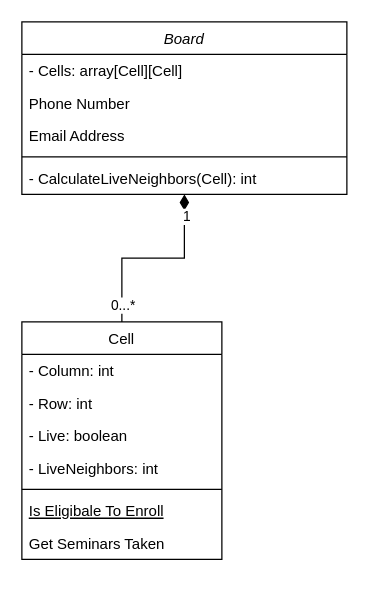
Before: Wk1/MilestoneProjectUML.drawio in DanielCender/GCU-CST-227, a draw.io diagram. Source tidied: cells renumbered, new cells numbered last; positions are measured from the earlier drawing's top-left corner, leaving out a move shared by most shapes. Both pictures are drawn from the tidied source at 125%, with x=0, y=0 at pixel (21, 21).
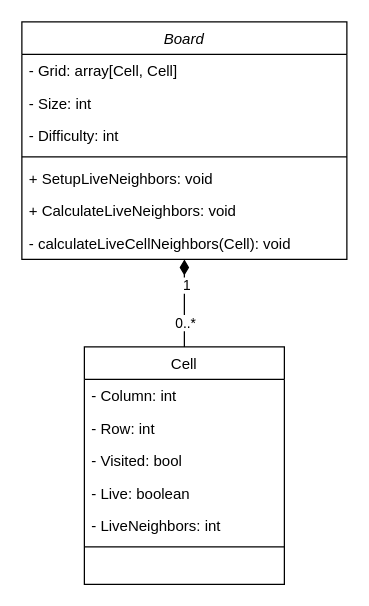
Above is the later version.

Commit message (it also covers changes not shown here):
:fire: submitted milestone 1 work

Diff of the diagram source:
```diff
@@
     <mxCell id="2" value="Board" style="swimlane;fontStyle=2;align=center;verticalAlign=top;horizontal=1;startSize=26;rounded=0;shadow=0;strokeWidth=1;" parent="1" vertex="1">
-      <mxGeometry width="260" height="138" as="geometry" />
+      <mxGeometry width="260" height="190" as="geometry" />
     </mxCell>
-    <mxCell id="3" value="- Cells: array[Cell][Cell] " style="text;align=left;verticalAlign=top;spacingLeft=4;spacingRight=4;overflow=hidden;" parent="2" vertex="1">
+    <mxCell id="3" value="- Grid: array[Cell, Cell] " style="text;align=left;verticalAlign=top;spacingLeft=4;spacingRight=4;overflow=hidden;" parent="2" vertex="1">
       <mxGeometry y="26" width="260" height="26" as="geometry" />
     </mxCell>
-    <mxCell id="4" value="Phone Number" style="text;align=left;verticalAlign=top;spacingLeft=4;spacingRight=4;overflow=hidden;rounded=0;shadow=0;html=0;" parent="2" vertex="1">
+    <mxCell id="4" value="- Size: int" style="text;align=left;verticalAlign=top;spacingLeft=4;spacingRight=4;overflow=hidden;rounded=0;shadow=0;html=0;" parent="2" vertex="1">
       <mxGeometry y="52" width="260" height="26" as="geometry" />
     </mxCell>
-    <mxCell id="5" value="Email Address" style="text;align=left;verticalAlign=top;spacingLeft=4;spacingRight=4;overflow=hidden;rounded=0;shadow=0;html=0;" parent="2" vertex="1">
+    <mxCell id="5" value="- Difficulty: int" style="text;align=left;verticalAlign=top;spacingLeft=4;spacingRight=4;overflow=hidden;rounded=0;shadow=0;html=0;" parent="2" vertex="1">
       <mxGeometry y="78" width="260" height="26" as="geometry" />
     </mxCell>
@@
-    <mxCell id="7" value="- CalculateLiveNeighbors(Cell): int" style="text;align=left;verticalAlign=top;spacingLeft=4;spacingRight=4;overflow=hidden;" parent="2" vertex="1">
+    <mxCell id="7" value="+ SetupLiveNeighbors: void" style="text;align=left;verticalAlign=top;spacingLeft=4;spacingRight=4;overflow=hidden;" parent="2" vertex="1">
       <mxGeometry y="112" width="260" height="26" as="geometry" />
     </mxCell>
+    <mxCell id="19" value="+ CalculateLiveNeighbors: void" style="text;align=left;verticalAlign=top;spacingLeft=4;spacingRight=4;overflow=hidden;" parent="2" vertex="1">
+      <mxGeometry y="138" width="260" height="26" as="geometry" />
+    </mxCell>
+    <mxCell id="20" value="- calculateLiveCellNeighbors(Cell): void" style="text;align=left;verticalAlign=top;spacingLeft=4;spacingRight=4;overflow=hidden;" parent="2" vertex="1">
+      <mxGeometry y="164" width="260" height="26" as="geometry" />
+    </mxCell>
+    <mxCell id="16" style="endArrow=diamondThin;endSize=10;endFill=1;shadow=0;strokeWidth=1;rounded=0;edgeStyle=elbowEdgeStyle;elbow=vertical;" parent="1" edge="1" source="8" target="2">
+      <mxGeometry relative="1" as="geometry" />
+    </mxCell>
+    <mxCell id="17" value="0..*" style="edgeLabel;html=1;align=center;verticalAlign=middle;" parent="16" vertex="1">
+      <mxGeometry x="-0.76" relative="1" as="geometry">
+        <mxPoint y="-12" as="offset" />
+      </mxGeometry>
+    </mxCell>
+    <mxCell id="18" value="1" style="edgeLabel;html=1;align=center;verticalAlign=middle;" parent="16" vertex="1">
+      <mxGeometry x="0.77" y="-1" relative="1" as="geometry">
+        <mxPoint y="12" as="offset" />
+      </mxGeometry>
+    </mxCell>
     <mxCell id="8" value="Cell" style="swimlane;fontStyle=0;align=center;verticalAlign=top;horizontal=1;startSize=26;rounded=0;shadow=0;strokeWidth=1;" parent="1" vertex="1">
-      <mxGeometry y="240" width="160" height="190" as="geometry" />
+      <mxGeometry x="50" y="260" width="160" height="190" as="geometry" />
     </mxCell>
@@
+    <mxCell id="21" value="- Visited: bool" style="text;align=left;verticalAlign=top;spacingLeft=4;spacingRight=4;overflow=hidden;" parent="8" vertex="1">
+      <mxGeometry y="78" width="160" height="26" as="geometry" />
+    </mxCell>
     <mxCell id="11" value="- Live: boolean" style="text;align=left;verticalAlign=top;spacingLeft=4;spacingRight=4;overflow=hidden;rounded=0;shadow=0;html=0;" parent="8" vertex="1">
-      <mxGeometry y="78" width="160" height="26" as="geometry" />
+      <mxGeometry y="104" width="160" height="26" as="geometry" />
     </mxCell>
     <mxCell id="12" value="- LiveNeighbors: int" style="text;align=left;verticalAlign=top;spacingLeft=4;spacingRight=4;overflow=hidden;rounded=0;shadow=0;html=0;" parent="8" vertex="1">
-      <mxGeometry y="104" width="160" height="26" as="geometry" />
+      <mxGeometry y="130" width="160" height="26" as="geometry" />
     </mxCell>
     <mxCell id="13" style="line;html=1;strokeWidth=1;align=left;verticalAlign=middle;spacingTop=-1;spacingLeft=3;spacingRight=3;labelPosition=right;" parent="8" vertex="1">
-      <mxGeometry y="130" width="160" height="8" as="geometry" />
+      <mxGeometry y="156" width="160" height="8" as="geometry" />
     </mxCell>
-    <mxCell id="14" value="Is Eligibale To Enroll" style="text;align=left;verticalAlign=top;spacingLeft=4;spacingRight=4;overflow=hidden;fontStyle=4;" parent="8" vertex="1">
-      <mxGeometry y="138" width="160" height="26" as="geometry" />
-    </mxCell>
-    <mxCell id="15" value="Get Seminars Taken" style="text;align=left;verticalAlign=top;spacingLeft=4;spacingRight=4;overflow=hidden;" parent="8" vertex="1">
-      <mxGeometry y="164" width="160" height="26" as="geometry" />
-    </mxCell>
-    <mxCell id="16" style="endArrow=diamondThin;endSize=10;endFill=1;shadow=0;strokeWidth=1;rounded=0;edgeStyle=elbowEdgeStyle;elbow=vertical;" parent="1" edge="1" source="8" target="2">
-      <mxGeometry relative="1" as="geometry" />
-    </mxCell>
-    <mxCell id="17" value="0...*" style="edgeLabel;html=1;align=center;verticalAlign=middle;" parent="16" vertex="1">
-      <mxGeometry x="-0.76" relative="1" as="geometry">
-        <mxPoint y="4" as="offset" />
-      </mxGeometry>
-    </mxCell>
-    <mxCell id="18" value="1" style="edgeLabel;html=1;align=center;verticalAlign=middle;" parent="16" vertex="1">
-      <mxGeometry x="0.77" y="-1" relative="1" as="geometry" />
-    </mxCell>
```
